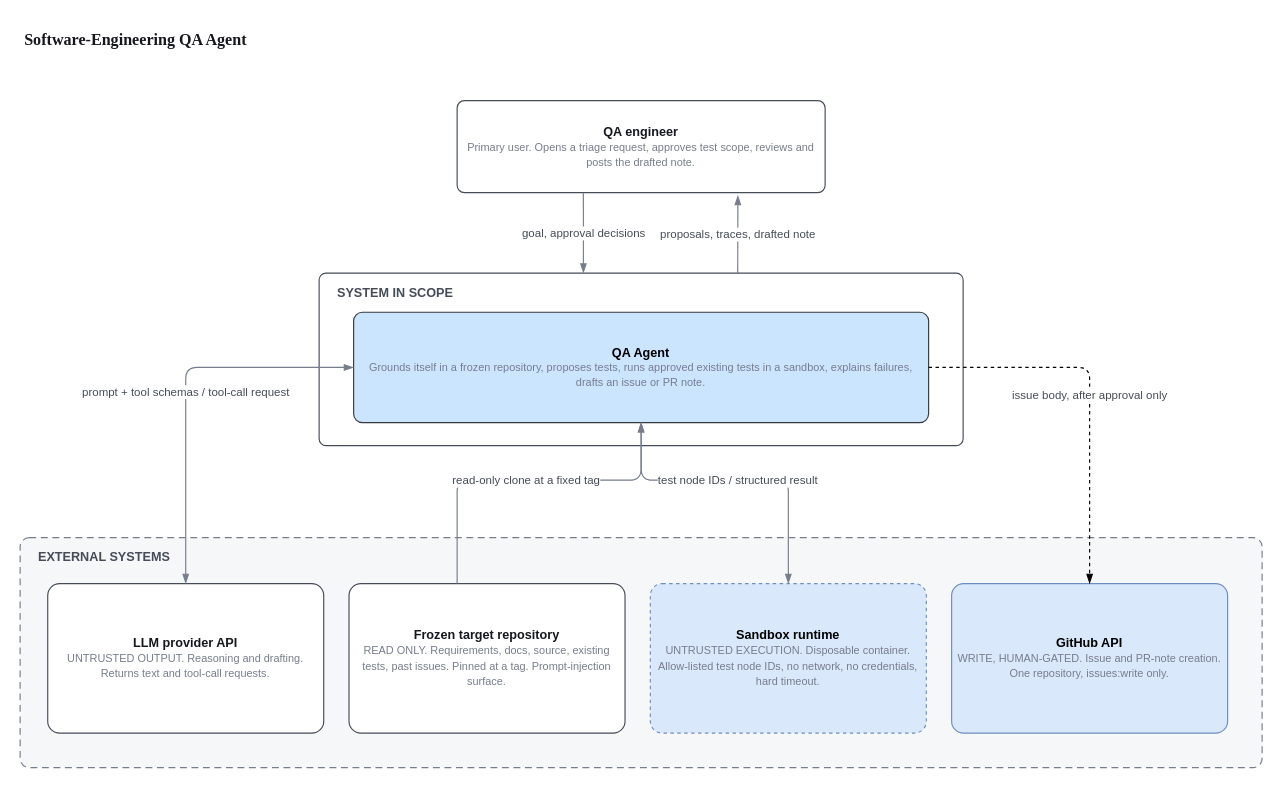
Before: page "L1 · System context" (1 of 6) of docs/architecture/qa-agent-architecture (1).drawio in SelinaMasembe/Software-engineering-QA-agent, a draw.io diagram. Source tidied: cells renumbered, new cells numbered last; positions are measured from the earlier drawing's top-left corner, leaving out a move shared by most shapes. Both pictures are drawn from the tidied source at 115%, with x=0, y=0 at pixel (20, 20).
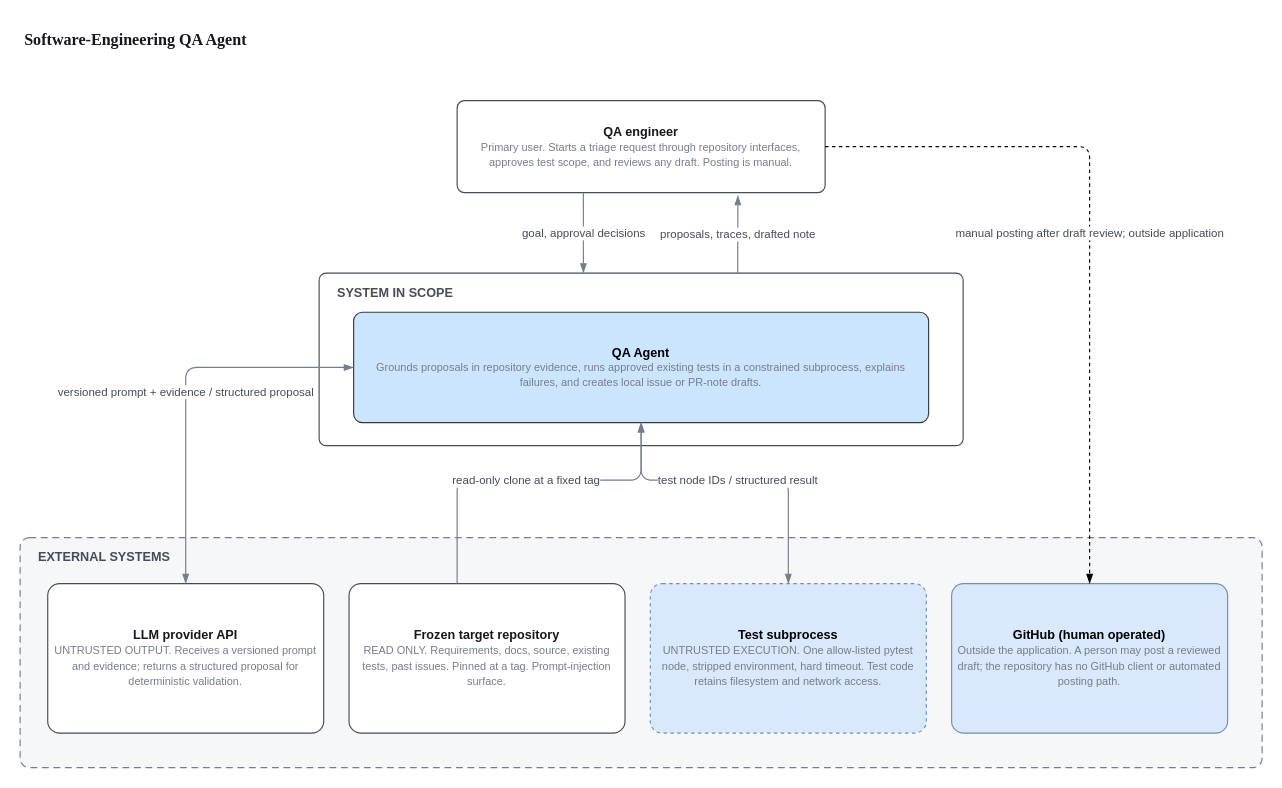
After the change.

The change refers to these unchanged cells:
```xml
<mxCell id="4" value="SYSTEM IN SCOPE" style="rounded=1;whiteSpace=wrap;html=1;arcSize=4;verticalAlign=top;align=left;spacingLeft=14;spacingTop=4;fontSize=11;fontStyle=1;dashed=0;fillColor=#ffffff;strokeColor=#454b57;fontColor=#454b57;" parent="1" vertex="1">
  <mxGeometry x="260" y="220" width="560" height="150" as="geometry" />
</mxCell>
<mxCell id="6" value="EXTERNAL SYSTEMS" style="rounded=1;whiteSpace=wrap;html=1;arcSize=4;verticalAlign=top;align=left;spacingLeft=14;spacingTop=4;fontSize=11;fontStyle=1;dashed=1;dashPattern=6 4;fillColor=#f6f7f9;strokeColor=#767d8c;fontColor=#454b57;" parent="1" vertex="1">
  <mxGeometry y="450" width="1080" height="200" as="geometry" />
</mxCell>
```

Change to the diagram source:
```diff
@@
-    <mxCell id="3" value="&lt;b&gt;QA engineer&lt;/b&gt;&lt;br&gt;&lt;font style=&quot;font-size:9.5px&quot; color=&quot;#767d8c&quot;&gt;Primary user. Opens a triage request, approves test scope, reviews and posts the drafted note.&lt;/font&gt;" style="rounded=1;whiteSpace=wrap;html=1;arcSize=8;fontSize=11;align=center;verticalAlign=middle;spacing=4;fillColor=#ffffff;strokeColor=#454b57;fontColor=#16181d;" parent="1" vertex="1">
+    <mxCell id="3" value="&lt;b&gt;QA engineer&lt;/b&gt;&lt;br&gt;&lt;font style=&quot;font-size:9.5px&quot; color=&quot;#767d8c&quot;&gt;Primary user. Starts a triage request through repository interfaces, approves test scope, and reviews any draft. Posting is manual.&lt;/font&gt;" style="rounded=1;whiteSpace=wrap;html=1;arcSize=8;fontSize=11;align=center;verticalAlign=middle;spacing=4;fillColor=#ffffff;strokeColor=#454b57;fontColor=#16181d;" parent="1" vertex="1">
       <mxGeometry x="380" y="70" width="320" height="80" as="geometry" />
     </mxCell>
@@
-    <mxCell id="5" value="&lt;b&gt;QA Agent&lt;/b&gt;&lt;br&gt;&lt;font style=&quot;font-size:9.5px&quot; color=&quot;#767d8c&quot;&gt;Grounds itself in a frozen repository, proposes tests, runs approved existing tests in a sandbox, explains failures, drafts an issue or PR note.&lt;/font&gt;" style="rounded=1;whiteSpace=wrap;html=1;arcSize=8;fontSize=11;align=center;verticalAlign=middle;spacing=4;fillColor=#cce5ff;strokeColor=#36393d;" parent="4" vertex="1">
+    <mxCell id="5" value="&lt;b&gt;QA Agent&lt;/b&gt;&lt;br&gt;&lt;font style=&quot;font-size:9.5px&quot; color=&quot;#767d8c&quot;&gt;Grounds proposals in repository evidence, runs approved existing tests in a constrained subprocess, explains failures, and creates local issue or PR-note drafts.&lt;/font&gt;" style="rounded=1;whiteSpace=wrap;html=1;arcSize=8;fontSize=11;align=center;verticalAlign=middle;spacing=4;fillColor=#cce5ff;strokeColor=#36393d;" parent="4" vertex="1">
       <mxGeometry x="30" y="34" width="500" height="96" as="geometry" />
     </mxCell>
@@
-    <mxCell id="7" value="&lt;b&gt;LLM provider API&lt;/b&gt;&lt;br&gt;&lt;font style=&quot;font-size:9.5px&quot; color=&quot;#767d8c&quot;&gt;UNTRUSTED OUTPUT. Reasoning and drafting. Returns text and tool-call requests.&lt;/font&gt;" style="rounded=1;whiteSpace=wrap;html=1;arcSize=8;fontSize=11;align=center;verticalAlign=middle;spacing=4;fillColor=#ffffff;strokeColor=#454b57;fontColor=#16181d;" parent="6" vertex="1">
+    <mxCell id="7" value="&lt;b&gt;LLM provider API&lt;/b&gt;&lt;br&gt;&lt;font style=&quot;font-size:9.5px&quot; color=&quot;#767d8c&quot;&gt;UNTRUSTED OUTPUT. Receives a versioned prompt and evidence; returns a structured proposal for deterministic validation.&lt;/font&gt;" style="rounded=1;whiteSpace=wrap;html=1;arcSize=8;fontSize=11;align=center;verticalAlign=middle;spacing=4;fillColor=#ffffff;strokeColor=#454b57;fontColor=#16181d;" parent="6" vertex="1">
       <mxGeometry x="24" y="40" width="240" height="130" as="geometry" />
     </mxCell>
@@
-    <mxCell id="9" value="&lt;b&gt;Sandbox runtime&lt;/b&gt;&lt;br&gt;&lt;font style=&quot;font-size:9.5px&quot; color=&quot;#767d8c&quot;&gt;UNTRUSTED EXECUTION. Disposable container. Allow-listed test node IDs, no network, no credentials, hard timeout.&lt;/font&gt;" style="rounded=1;whiteSpace=wrap;html=1;arcSize=8;fontSize=11;align=center;verticalAlign=middle;spacing=4;fillColor=#dae8fc;strokeColor=#6c8ebf;dashed=1;" parent="6" vertex="1">
+    <mxCell id="9" value="&lt;b&gt;Test subprocess&lt;/b&gt;&lt;br&gt;&lt;font style=&quot;font-size:9.5px&quot; color=&quot;#767d8c&quot;&gt;UNTRUSTED EXECUTION. One allow-listed pytest node, stripped environment, hard timeout. Test code retains filesystem and network access.&lt;/font&gt;" style="rounded=1;whiteSpace=wrap;html=1;arcSize=8;fontSize=11;align=center;verticalAlign=middle;spacing=4;fillColor=#dae8fc;strokeColor=#6c8ebf;dashed=1;" parent="6" vertex="1">
       <mxGeometry x="548" y="40" width="240" height="130" as="geometry" />
     </mxCell>
-    <mxCell id="10" value="&lt;b&gt;GitHub API&lt;/b&gt;&lt;br&gt;&lt;font style=&quot;font-size:9.5px&quot; color=&quot;#767d8c&quot;&gt;WRITE, HUMAN-GATED. Issue and PR-note creation. One repository, issues:write only.&lt;/font&gt;" style="rounded=1;whiteSpace=wrap;html=1;arcSize=8;fontSize=11;align=center;verticalAlign=middle;spacing=4;fillColor=#dae8fc;strokeColor=#6c8ebf;" parent="6" vertex="1">
+    <mxCell id="10" value="&lt;b&gt;GitHub (human operated)&lt;/b&gt;&lt;br&gt;&lt;font style=&quot;font-size:9.5px&quot; color=&quot;#767d8c&quot;&gt;Outside the application. A person may post a reviewed draft; the repository has no GitHub client or automated posting path.&lt;/font&gt;" style="rounded=1;whiteSpace=wrap;html=1;arcSize=8;fontSize=11;align=center;verticalAlign=middle;spacing=4;fillColor=#dae8fc;strokeColor=#6c8ebf;" parent="6" vertex="1">
       <mxGeometry x="810" y="40" width="240" height="130" as="geometry" />
     </mxCell>
@@
-    <mxCell id="13" value="prompt + tool schemas / tool-call request" style="edgeStyle=orthogonalEdgeStyle;rounded=1;html=1;jumpStyle=arc;strokeColor=#767d8c;fontSize=10;fontColor=#454b57;endArrow=blockThin;endFill=1;labelBackgroundColor=#ffffff;startArrow=blockThin;startFill=1;" parent="1" edge="1" source="5" target="7">
+    <mxCell id="13" value="versioned prompt + evidence / structured proposal" style="edgeStyle=orthogonalEdgeStyle;rounded=1;html=1;jumpStyle=arc;strokeColor=#767d8c;fontSize=10;fontColor=#454b57;endArrow=blockThin;endFill=1;labelBackgroundColor=#ffffff;startArrow=blockThin;startFill=1;" parent="1" edge="1" source="5" target="7">
       <mxGeometry relative="1" as="geometry" />
     </mxCell>
@@
-    <mxCell id="16" value="issue body, after approval only" style="edgeStyle=orthogonalEdgeStyle;rounded=1;html=1;jumpStyle=arc;strokeColor=light-dark(#050200, #d29050);fontSize=10;fontColor=#454b57;endArrow=blockThin;endFill=1;labelBackgroundColor=#ffffff;dashed=1;" parent="1" edge="1" source="5" target="10">
+    <mxCell id="16" value="manual posting after draft review; outside application" style="edgeStyle=orthogonalEdgeStyle;rounded=1;html=1;jumpStyle=arc;strokeColor=light-dark(#050200, #d29050);fontSize=10;fontColor=#454b57;endArrow=blockThin;endFill=1;labelBackgroundColor=#ffffff;dashed=1;" parent="1" edge="1" source="3" target="10">
       <mxGeometry relative="1" as="geometry" />
     </mxCell>
```
